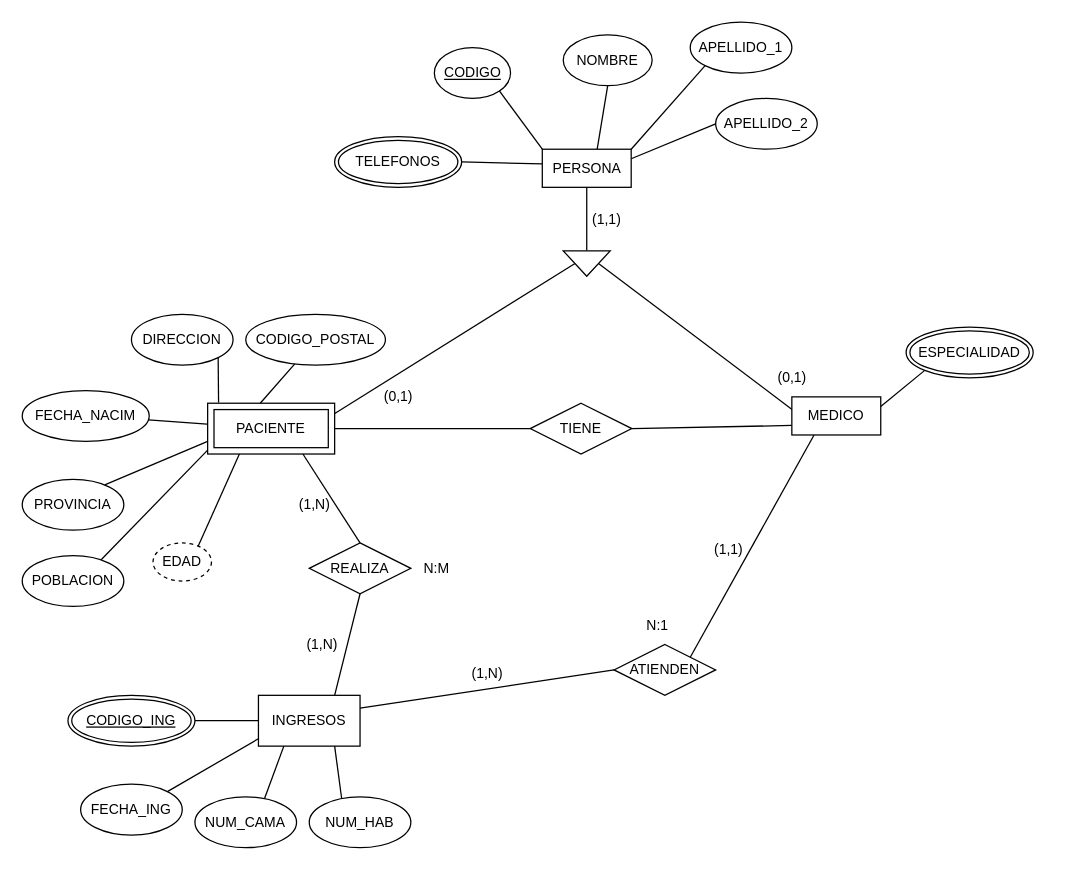
Earlier version of the draw.io diagram page "gestion-de-clinica" (5 of 7) of bases-datos/diagrams.drawio (igardiet/dam). Source tidied: cells renumbered, new cells numbered last; positions are measured from the earlier drawing's top-left corner, leaving out a move shared by most shapes. Both pictures are drawn from the tidied source at 127%, with x=0, y=0 at pixel (22, 22).
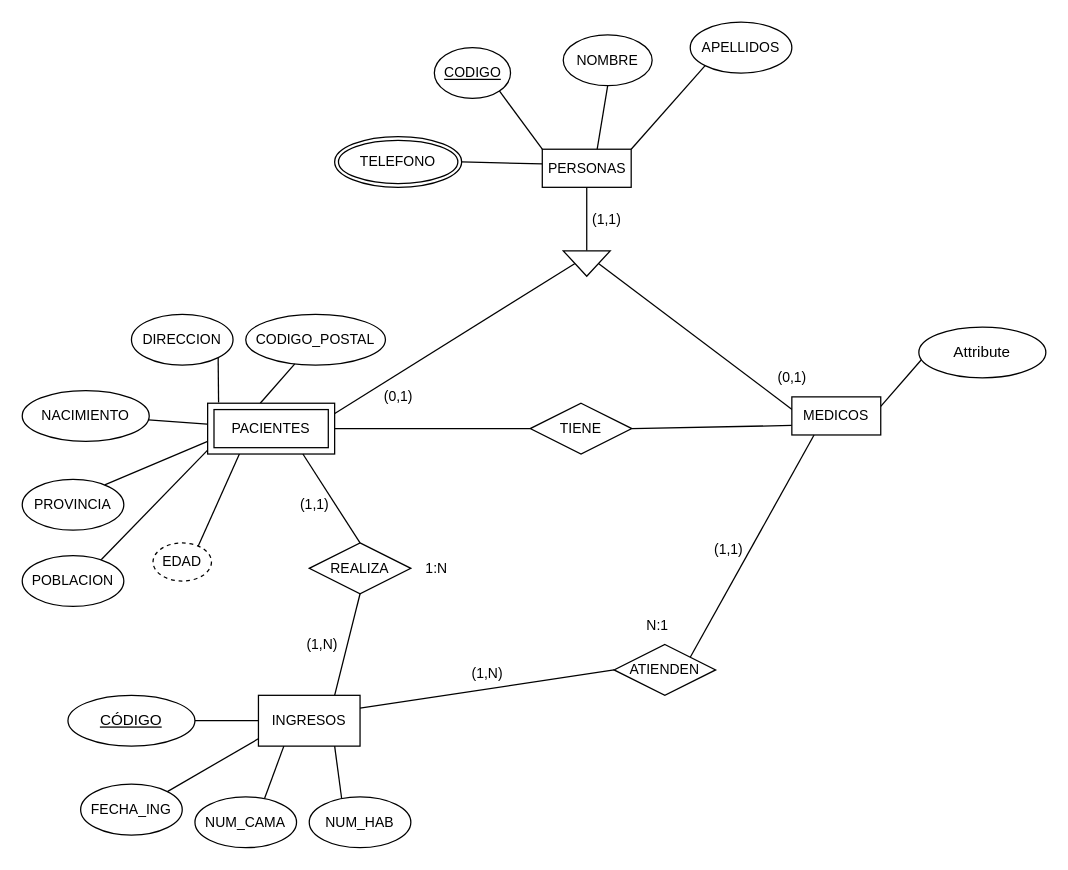
Above is the later version.

The change refers to these unchanged cells:
```xml
<mxCell id="37" value="INGRESOS" style="whiteSpace=wrap;html=1;align=center;fontFamily=Helvetica;fontSize=11;fontColor=default;" parent="1" vertex="1">
  <mxGeometry x="186" y="530" width="80" height="40" as="geometry" />
</mxCell>
```

What changed in the source:
```diff
@@
-    <mxCell id="7" value="FECHA_NACIM" style="ellipse;whiteSpace=wrap;html=1;fontFamily=Helvetica;fontSize=11;fontColor=default;" parent="1" vertex="1">
+    <mxCell id="7" value="NACIMIENTO" style="ellipse;whiteSpace=wrap;html=1;fontFamily=Helvetica;fontSize=11;fontColor=default;" parent="1" vertex="1">
       <mxGeometry y="290" width="100" height="40" as="geometry" />
     </mxCell>
@@
-    <mxCell id="11" value="APELLIDO_1" style="ellipse;whiteSpace=wrap;html=1;fontFamily=Helvetica;fontSize=11;fontColor=default;" parent="1" vertex="1">
+    <mxCell id="11" value="APELLIDOS" style="ellipse;whiteSpace=wrap;html=1;fontFamily=Helvetica;fontSize=11;fontColor=default;" parent="1" vertex="1">
       <mxGeometry x="526" width="80" height="40" as="geometry" />
     </mxCell>
@@
-    <mxCell id="16" value="TELEFONOS" style="ellipse;shape=doubleEllipse;margin=3;whiteSpace=wrap;html=1;align=center;fontFamily=Helvetica;fontSize=11;fontColor=default;" parent="1" vertex="1">
+    <mxCell id="16" value="TELEFONO" style="ellipse;shape=doubleEllipse;margin=3;whiteSpace=wrap;html=1;align=center;fontFamily=Helvetica;fontSize=11;fontColor=default;" parent="1" vertex="1">
       <mxGeometry x="246" y="90" width="100" height="40" as="geometry" />
     </mxCell>
@@
-    <mxCell id="20" value="ESPECIALIDAD" style="ellipse;shape=doubleEllipse;margin=3;whiteSpace=wrap;html=1;align=center;fontFamily=Helvetica;fontSize=11;fontColor=default;" parent="1" vertex="1">
-      <mxGeometry x="696" y="240" width="100" height="40" as="geometry" />
-    </mxCell>
@@
-    <mxCell id="25" style="edgeStyle=none;shape=connector;rounded=0;jettySize=auto;html=1;exitX=0;exitY=0.5;exitDx=0;exitDy=0;entryX=1;entryY=0.25;entryDx=0;entryDy=0;labelBackgroundColor=default;strokeColor=default;align=center;verticalAlign=middle;fontFamily=Helvetica;fontSize=11;fontColor=default;endArrow=none;endFill=0;" parent="1" edge="1" source="26" target="34">
-      <mxGeometry relative="1" as="geometry" />
-    </mxCell>
-    <mxCell id="26" value="APELLIDO_2" style="ellipse;whiteSpace=wrap;html=1;fontFamily=Helvetica;fontSize=11;fontColor=default;" parent="1" vertex="1">
-      <mxGeometry x="546" y="60" width="80" height="40" as="geometry" />
-    </mxCell>
@@
-    <mxCell id="31" style="edgeStyle=none;shape=connector;rounded=0;jettySize=auto;html=1;exitX=0;exitY=1;exitDx=0;exitDy=0;entryX=1;entryY=0.25;entryDx=0;entryDy=0;labelBackgroundColor=default;strokeColor=default;align=center;verticalAlign=middle;fontFamily=Helvetica;fontSize=11;fontColor=default;endArrow=none;endFill=0;" parent="1" edge="1" source="20" target="33">
+    <mxCell id="31" style="edgeStyle=none;shape=connector;rounded=0;jettySize=auto;html=1;exitX=0.02;exitY=0.645;exitDx=0;exitDy=0;entryX=1;entryY=0.25;entryDx=0;entryDy=0;labelBackgroundColor=default;strokeColor=default;align=center;verticalAlign=middle;fontFamily=Helvetica;fontSize=11;fontColor=default;endArrow=none;endFill=0;exitPerimeter=0;" parent="1" edge="1" source="61" target="33">
       <mxGeometry relative="1" as="geometry" />
     </mxCell>
-    <mxCell id="32" value="PACIENTE" style="shape=ext;margin=3;double=1;whiteSpace=wrap;html=1;align=center;fontFamily=Helvetica;fontSize=11;fontColor=default;" parent="1" vertex="1">
+    <mxCell id="32" value="PACIENTES" style="shape=ext;margin=3;double=1;whiteSpace=wrap;html=1;align=center;fontFamily=Helvetica;fontSize=11;fontColor=default;" parent="1" vertex="1">
       <mxGeometry x="146" y="300" width="100" height="40" as="geometry" />
     </mxCell>
-    <mxCell id="33" value="MEDICO" style="whiteSpace=wrap;html=1;align=center;fontFamily=Helvetica;fontSize=11;fontColor=default;" parent="1" vertex="1">
+    <mxCell id="33" value="MEDICOS" style="whiteSpace=wrap;html=1;align=center;fontFamily=Helvetica;fontSize=11;fontColor=default;" parent="1" vertex="1">
       <mxGeometry x="606" y="295" width="70" height="30" as="geometry" />
     </mxCell>
-    <mxCell id="34" value="PERSONA" style="whiteSpace=wrap;html=1;align=center;fontFamily=Helvetica;fontSize=11;fontColor=default;" parent="1" vertex="1">
+    <mxCell id="34" value="PERSONAS" style="whiteSpace=wrap;html=1;align=center;fontFamily=Helvetica;fontSize=11;fontColor=default;" parent="1" vertex="1">
       <mxGeometry x="409.5" y="100" width="70" height="30" as="geometry" />
     </mxCell>
@@
-    <mxCell id="46" style="edgeStyle=none;shape=connector;rounded=0;jettySize=auto;html=1;exitX=1;exitY=0.5;exitDx=0;exitDy=0;entryX=0;entryY=0.5;entryDx=0;entryDy=0;labelBackgroundColor=default;strokeColor=default;align=center;verticalAlign=middle;fontFamily=Helvetica;fontSize=11;fontColor=default;endArrow=none;endFill=0;" parent="1" edge="1" source="47" target="37">
-      <mxGeometry relative="1" as="geometry" />
+    <mxCell id="46" style="edgeStyle=none;shape=connector;rounded=0;jettySize=auto;html=1;exitX=1;exitY=0.5;exitDx=0;exitDy=0;entryX=0;entryY=0.5;entryDx=0;entryDy=0;labelBackgroundColor=default;strokeColor=default;align=center;verticalAlign=middle;fontFamily=Helvetica;fontSize=11;fontColor=default;endArrow=none;endFill=0;" parent="1" edge="1" target="37">
+      <mxGeometry relative="1" as="geometry">
+        <mxPoint x="136" y="550" as="sourcePoint" />
+      </mxGeometry>
     </mxCell>
-    <mxCell id="47" value="&lt;u&gt;CODIGO_ING&lt;/u&gt;" style="ellipse;shape=doubleEllipse;margin=3;whiteSpace=wrap;html=1;align=center;fontFamily=Helvetica;fontSize=11;fontColor=default;" parent="1" vertex="1">
-      <mxGeometry x="36" y="530" width="100" height="40" as="geometry" />
-    </mxCell>
@@
-    <mxCell id="55" value="(1,N)" style="text;html=1;align=center;verticalAlign=middle;strokeColor=none;fillColor=none;fontSize=11;fontFamily=Helvetica;fontColor=default;" parent="1" vertex="1">
+    <mxCell id="55" value="(1,1)" style="text;html=1;align=center;verticalAlign=middle;strokeColor=none;fillColor=none;fontSize=11;fontFamily=Helvetica;fontColor=default;" parent="1" vertex="1">
       <mxGeometry x="205" y="365" width="50" height="30" as="geometry" />
     </mxCell>
-    <mxCell id="56" value="N:M" style="text;html=1;align=center;verticalAlign=middle;strokeColor=none;fillColor=none;fontSize=11;fontFamily=Helvetica;fontColor=default;" parent="1" vertex="1">
+    <mxCell id="56" value="1:N" style="text;html=1;align=center;verticalAlign=middle;strokeColor=none;fillColor=none;fontSize=11;fontFamily=Helvetica;fontColor=default;" parent="1" vertex="1">
       <mxGeometry x="306" y="415" width="40" height="30" as="geometry" />
     </mxCell>
@@
+    <mxCell id="60" value="CÓDIGO" style="ellipse;whiteSpace=wrap;html=1;align=center;fontStyle=4;" parent="1" vertex="1">
+      <mxGeometry x="36" y="530" width="100" height="40" as="geometry" />
+    </mxCell>
+    <mxCell id="61" value="Attribute" style="ellipse;whiteSpace=wrap;html=1;align=center;" parent="1" vertex="1">
+      <mxGeometry x="706" y="240" width="100" height="40" as="geometry" />
+    </mxCell>
```
